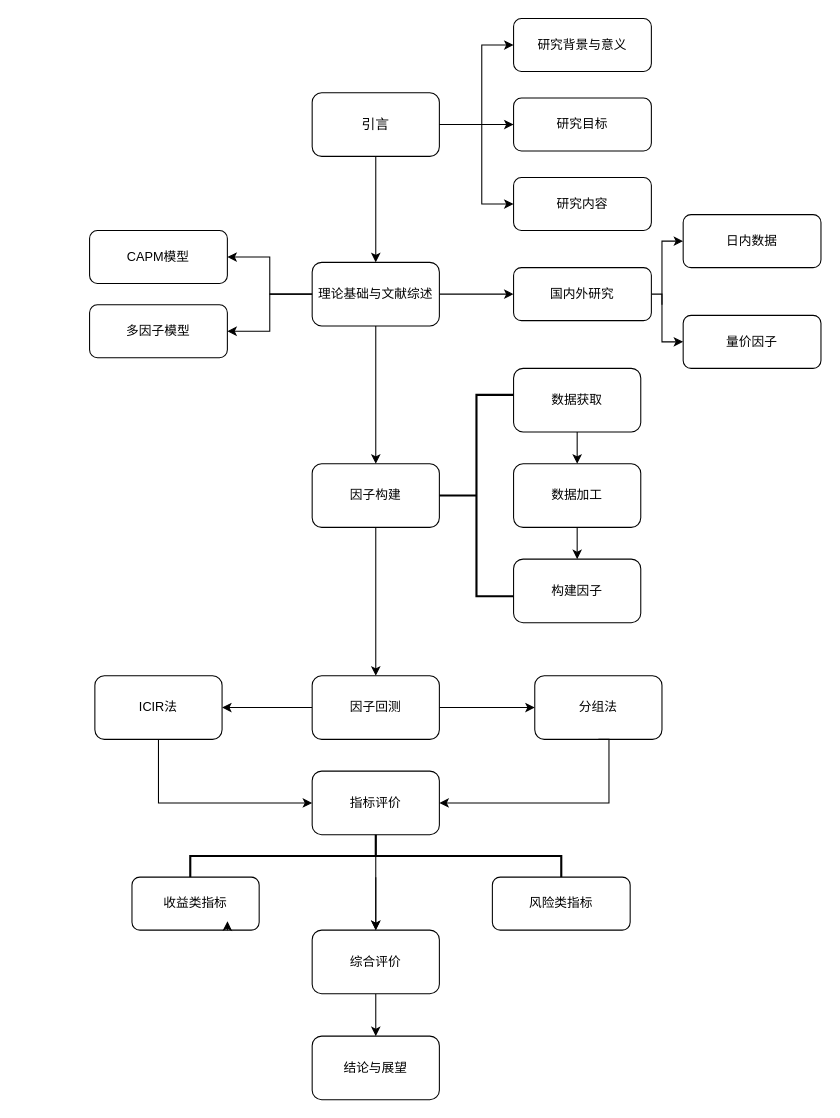
leeyooy/QI keeps this draw.io diagram as Untitled Diagram.drawio. Above is the earlier version. Source tidied: cells renumbered, new cells numbered last; positions are measured from the earlier drawing's top-left corner, leaving out a move shared by most shapes. Both pictures are drawn from the tidied source at 106%, with x=0, y=0 at pixel (89, 18).
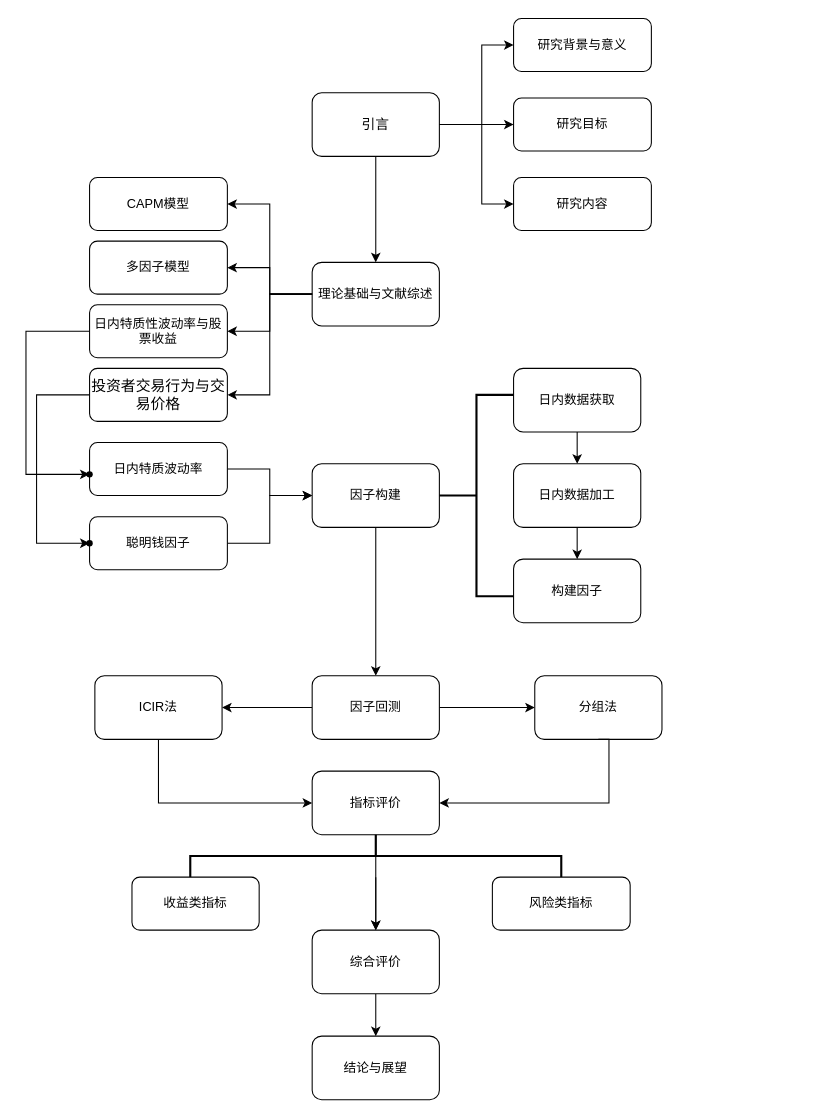
Above is the later version.

Unchanged cells that the change refers to:
```xml
<mxCell id="13" value="理论基础与文献综述" style="rounded=1;whiteSpace=wrap;html=1;" parent="1" vertex="1">
  <mxGeometry x="210" y="230" width="120" height="60" as="geometry" />
</mxCell>
<mxCell id="23" value="因子构建" style="rounded=1;whiteSpace=wrap;html=1;" parent="1" vertex="1">
  <mxGeometry x="210" y="420" width="120" height="60" as="geometry" />
</mxCell>
<mxCell id="41" value="收益类指标" style="rounded=1;whiteSpace=wrap;html=1;" parent="1" vertex="1">
  <mxGeometry x="40" y="810" width="120" height="50" as="geometry" />
</mxCell>
```

Diff of the diagram source:
```diff
@@
-    <mxCell id="11" style="edgeStyle=none;rounded=0;jettySize=auto;html=1;" parent="1" edge="1" source="13" target="18">
-      <mxGeometry relative="1" as="geometry" />
-    </mxCell>
-    <mxCell id="12" style="edgeStyle=orthogonalEdgeStyle;rounded=0;jettySize=auto;html=1;" parent="1" edge="1" source="13" target="23">
-      <mxGeometry relative="1" as="geometry" />
-    </mxCell>
@@
     <mxCell id="14" value="CAPM模型" style="whiteSpace=wrap;html=1;rounded=1;" parent="1" vertex="1">
-      <mxGeometry y="200" width="130" height="50" as="geometry" />
+      <mxGeometry y="150" width="130" height="50" as="geometry" />
     </mxCell>
     <mxCell id="15" value="多因子模型" style="whiteSpace=wrap;html=1;rounded=1;" parent="1" vertex="1">
-      <mxGeometry y="270" width="130" height="50" as="geometry" />
+      <mxGeometry y="210" width="130" height="50" as="geometry" />
     </mxCell>
@@
-    <mxCell id="17" style="edgeStyle=orthogonalEdgeStyle;rounded=0;jettySize=auto;html=1;" parent="1" edge="1" source="18" target="20">
-      <mxGeometry relative="1" as="geometry">
-        <Array as="points">
-          <mxPoint x="540" y="260" />
-          <mxPoint x="540" y="305" />
-        </Array>
-      </mxGeometry>
-    </mxCell>
-    <mxCell id="18" value="国内外研究" style="whiteSpace=wrap;html=1;rounded=1;" parent="1" vertex="1">
-      <mxGeometry x="400" y="235" width="130" height="50" as="geometry" />
-    </mxCell>
-    <mxCell id="19" value="日内数据" style="whiteSpace=wrap;html=1;rounded=1;" parent="1" vertex="1">
-      <mxGeometry x="560" y="185" width="130" height="50" as="geometry" />
-    </mxCell>
-    <mxCell id="20" value="量价因子" style="whiteSpace=wrap;html=1;rounded=1;" parent="1" vertex="1">
-      <mxGeometry x="560" y="280" width="130" height="50" as="geometry" />
-    </mxCell>
-    <mxCell id="21" style="edgeStyle=orthogonalEdgeStyle;rounded=0;jettySize=auto;html=1;entryX=0;entryY=0.5;entryDx=0;entryDy=0;" parent="1" edge="1" target="19">
-      <mxGeometry relative="1" as="geometry">
-        <mxPoint x="540" y="270" as="sourcePoint" />
-        <Array as="points">
-          <mxPoint x="540" y="210" />
-        </Array>
-      </mxGeometry>
-    </mxCell>
@@
-    <mxCell id="25" value="数据获取" style="rounded=1;whiteSpace=wrap;html=1;" parent="1" vertex="1">
+    <mxCell id="25" value="日内数据获取" style="rounded=1;whiteSpace=wrap;html=1;" parent="1" vertex="1">
       <mxGeometry x="400" y="330" width="120" height="60" as="geometry" />
     </mxCell>
@@
-    <mxCell id="27" value="数据加工" style="rounded=1;whiteSpace=wrap;html=1;" parent="1" vertex="1">
+    <mxCell id="27" value="日内数据加工" style="rounded=1;whiteSpace=wrap;html=1;" parent="1" vertex="1">
       <mxGeometry x="400" y="420" width="120" height="60" as="geometry" />
     </mxCell>
@@
-    <mxCell id="43" style="edgeStyle=orthogonalEdgeStyle;rounded=0;orthogonalLoop=1;jettySize=auto;html=1;exitX=0.75;exitY=1;exitDx=0;exitDy=0;entryX=0.751;entryY=0.833;entryDx=0;entryDy=0;entryPerimeter=0;" parent="1" edge="1" source="41" target="41">
-      <mxGeometry relative="1" as="geometry" />
-    </mxCell>
@@
+    <mxCell id="47" style="edgeStyle=orthogonalEdgeStyle;rounded=0;jettySize=auto;html=1;" parent="1" edge="1" source="48" target="58">
+      <mxGeometry relative="1" as="geometry">
+        <Array as="points">
+          <mxPoint x="-60" y="295" />
+          <mxPoint x="-60" y="430" />
+        </Array>
+      </mxGeometry>
+    </mxCell>
+    <mxCell id="48" value="日内特质性波动率与股票收益" style="whiteSpace=wrap;html=1;rounded=1;" parent="1" vertex="1">
+      <mxGeometry y="270" width="130" height="50" as="geometry" />
+    </mxCell>
+    <mxCell id="49" style="edgeStyle=elbowEdgeStyle;rounded=0;jettySize=auto;html=1;entryX=1;entryY=0.5;entryDx=0;entryDy=0;" parent="1" edge="1" target="48">
+      <mxGeometry relative="1" as="geometry">
+        <mxPoint x="210" y="260" as="sourcePoint" />
+        <Array as="points">
+          <mxPoint x="170" y="270" />
+        </Array>
+      </mxGeometry>
+    </mxCell>
+    <mxCell id="50" style="edgeStyle=orthogonalEdgeStyle;rounded=0;jettySize=auto;html=1;" parent="1" edge="1" source="51" target="57">
+      <mxGeometry relative="1" as="geometry">
+        <Array as="points">
+          <mxPoint x="-50" y="355" />
+          <mxPoint x="-50" y="495" />
+        </Array>
+      </mxGeometry>
+    </mxCell>
+    <mxCell id="51" value="&lt;span style=&quot;font-size: 10.5pt&quot;&gt;投资者交易行为与交易价格&lt;/span&gt;" style="whiteSpace=wrap;html=1;rounded=1;" parent="1" vertex="1">
+      <mxGeometry y="330" width="130" height="50" as="geometry" />
+    </mxCell>
+    <mxCell id="52" style="edgeStyle=elbowEdgeStyle;rounded=0;jettySize=auto;html=1;entryX=1;entryY=0.5;entryDx=0;entryDy=0;" parent="1" edge="1" target="51">
+      <mxGeometry relative="1" as="geometry">
+        <mxPoint x="210" y="260" as="sourcePoint" />
+        <Array as="points">
+          <mxPoint x="170" y="310" />
+          <mxPoint x="170" y="320" />
+        </Array>
+      </mxGeometry>
+    </mxCell>
+    <mxCell id="53" style="edgeStyle=orthogonalEdgeStyle;rounded=0;jettySize=auto;html=1;" parent="1" edge="1" source="54" target="23">
+      <mxGeometry relative="1" as="geometry" />
+    </mxCell>
+    <mxCell id="54" value="日内特质波动率" style="rounded=1;whiteSpace=wrap;html=1;" parent="1" vertex="1">
+      <mxGeometry y="400" width="130" height="50" as="geometry" />
+    </mxCell>
+    <mxCell id="55" style="edgeStyle=orthogonalEdgeStyle;rounded=0;jettySize=auto;html=1;" parent="1" edge="1" source="56" target="23">
+      <mxGeometry relative="1" as="geometry" />
+    </mxCell>
+    <mxCell id="56" value="聪明钱因子" style="rounded=1;whiteSpace=wrap;html=1;" parent="1" vertex="1">
+      <mxGeometry y="470" width="130" height="50" as="geometry" />
+    </mxCell>
+    <mxCell id="57" style="shape=waypoint;size=6;points=[];fillColor=#ffffff;perimeter=centerPerimeter;snapToPoint=1;rounded=1;" parent="1" vertex="1">
+      <mxGeometry x="-20" y="475" width="40" height="40" as="geometry" />
+    </mxCell>
+    <mxCell id="58" style="shape=waypoint;size=6;points=[];fillColor=#ffffff;perimeter=centerPerimeter;snapToPoint=1;rounded=1;" parent="1" vertex="1">
+      <mxGeometry x="-20" y="410" width="40" height="40" as="geometry" />
+    </mxCell>
```
